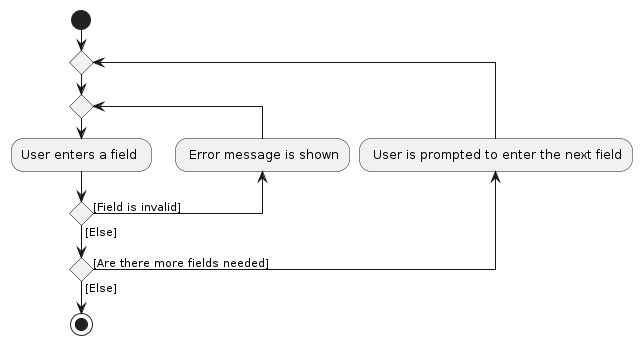
smolegz/tp keeps this PlantUML diagram as diagrams/ProcessUserInputActivityDiagram.png. Above is the earlier version. Its source is kept beside it as diagrams/ProcessUserInputActivityDiagram.puml. The source it was exported from:
```plantuml
@startuml
start
repeat
repeat
  :User enters a field ;
backward: Error message is shown;
repeat while () is ([Field is invalid]) not ([Else])
backward: User is prompted to enter the next field;
repeat while () is ([Are there more fields needed]) not ([Else])
stop
@enduml
```
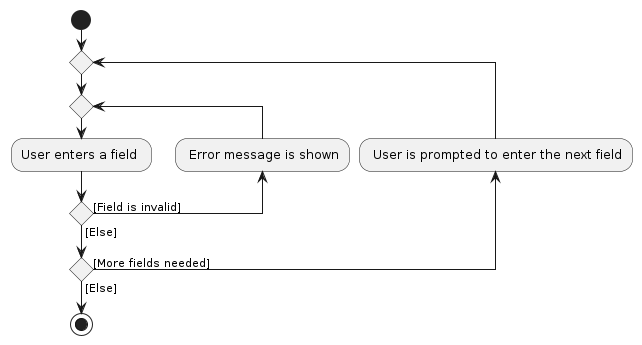
Later version of the same file.

Diff of the diagram source:
```diff
@@ -6,6 +6,6 @@
 backward: Error message is shown;
 repeat while () is ([Field is invalid]) not ([Else])
 backward: User is prompted to enter the next field;
-repeat while () is ([Are there more fields needed]) not ([Else])
+repeat while () is ([More fields needed]) not ([Else])
 stop
 @enduml
```
